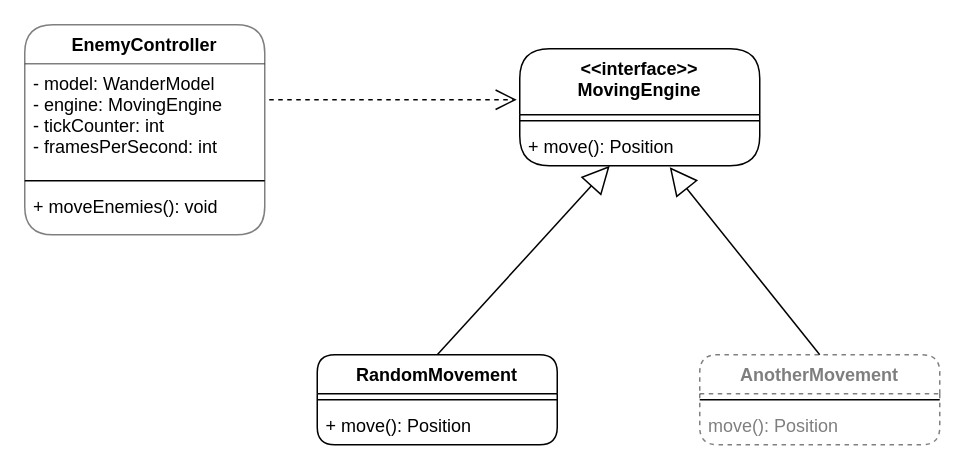
marhcouto/fallout0 keeps this draw.io diagram as docs/UMLReport/Strategy Patterns.drawio. Above is the earlier version. Source tidied: cells renumbered, new cells numbered last; positions are measured from the earlier drawing's top-left corner, leaving out a move shared by most shapes. Both pictures are drawn from the tidied source at 150%, with x=0, y=0 at pixel (24, 24).
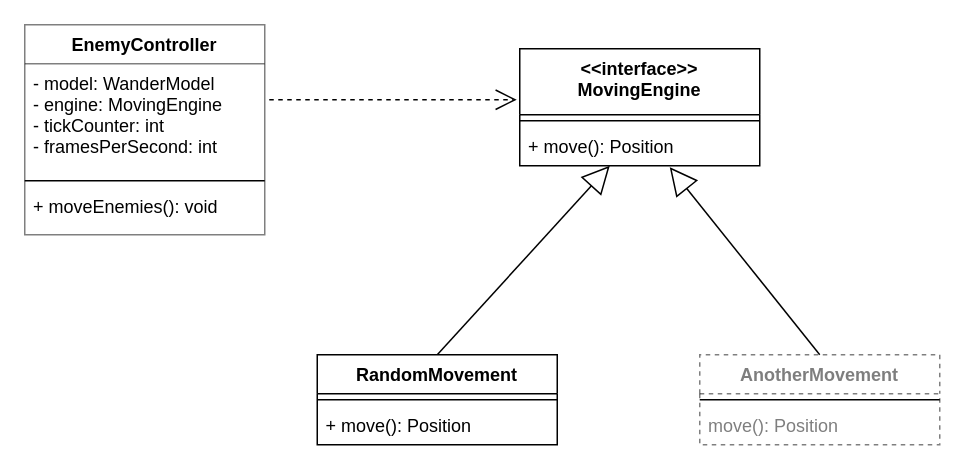
Above is the later version.

The edit, as a diff of the source:
```diff
@@
 <mxGraphModel>
   <root>
     <mxCell id="0" />
     <mxCell id="1" parent="0" />
-    <mxCell id="2" value="&lt;&lt;interface&gt;&gt;&#10;MovingEngine" style="swimlane;fontStyle=1;align=center;verticalAlign=top;horizontal=1;startSize=44;rounded=1;" parent="1" vertex="1">
+    <mxCell id="2" value="&lt;&lt;interface&gt;&gt;&#10;MovingEngine" style="swimlane;fontStyle=1;align=center;verticalAlign=top;horizontal=1;startSize=44;rounded=0;" parent="1" vertex="1">
       <mxGeometry x="330" y="16" width="160" height="78" as="geometry" />
     </mxCell>
     <mxCell id="3" style="line;strokeWidth=1;fillColor=none;align=left;verticalAlign=middle;spacingTop=-1;spacingLeft=3;spacingRight=3;labelPosition=right;" parent="2" vertex="1">
       <mxGeometry y="44" width="160" height="8" as="geometry" />
     </mxCell>
     <mxCell id="4" value="+ move(): Position" style="text;strokeColor=none;fillColor=none;align=left;verticalAlign=top;spacingLeft=4;spacingRight=4;overflow=hidden;points=[[0,0.5],[1,0.5]];portConstraint=eastwest;" parent="2" vertex="1">
       <mxGeometry y="52" width="160" height="26" as="geometry" />
     </mxCell>
     <mxCell id="5" style="endArrow=block;endSize=16;endFill=0;html=1;entryX=0.375;entryY=1;entryDx=0;entryDy=0;entryPerimeter=0;exitX=0.5;exitY=0;exitDx=0;exitDy=0;" parent="1" edge="1" source="6" target="4">
       <mxGeometry relative="1" as="geometry" />
     </mxCell>
-    <mxCell id="6" value="RandomMovement" style="swimlane;fontStyle=1;align=center;verticalAlign=top;horizontal=1;startSize=26;rounded=1;" parent="1" vertex="1">
+    <mxCell id="6" value="RandomMovement" style="swimlane;fontStyle=1;align=center;verticalAlign=top;horizontal=1;startSize=26;rounded=0;" parent="1" vertex="1">
       <mxGeometry x="195" y="220" width="160" height="60" as="geometry" />
     </mxCell>
     <mxCell id="7" style="line;strokeWidth=1;fillColor=none;align=left;verticalAlign=middle;spacingTop=-1;spacingLeft=3;spacingRight=3;labelPosition=right;" parent="6" vertex="1">
       <mxGeometry y="26" width="160" height="8" as="geometry" />
     </mxCell>
     <mxCell id="8" value="+ move(): Position" style="text;strokeColor=none;fillColor=none;align=left;verticalAlign=top;spacingLeft=4;spacingRight=4;overflow=hidden;" parent="6" vertex="1">
       <mxGeometry y="34" width="160" height="26" as="geometry" />
     </mxCell>
-    <mxCell id="9" value="AnotherMovement" style="swimlane;fontStyle=1;align=center;verticalAlign=top;horizontal=1;startSize=26;dashed=1;opacity=50;textOpacity=50;rounded=1;" parent="1" vertex="1">
+    <mxCell id="9" value="AnotherMovement" style="swimlane;fontStyle=1;align=center;verticalAlign=top;horizontal=1;startSize=26;dashed=1;opacity=50;textOpacity=50;rounded=0;" parent="1" vertex="1">
       <mxGeometry x="450" y="220" width="160" height="60" as="geometry" />
     </mxCell>
     <mxCell id="10" style="line;strokeWidth=1;fillColor=none;align=left;verticalAlign=middle;spacingTop=-1;spacingLeft=3;spacingRight=3;labelPosition=right;" parent="9" vertex="1">
       <mxGeometry y="26" width="160" height="8" as="geometry" />
     </mxCell>
     <mxCell id="11" value="move(): Position" style="text;strokeColor=none;fillColor=none;align=left;verticalAlign=top;spacingLeft=4;spacingRight=4;overflow=hidden;textOpacity=50;" parent="9" vertex="1">
       <mxGeometry y="34" width="160" height="26" as="geometry" />
     </mxCell>
     <mxCell id="12" style="endArrow=block;endSize=16;endFill=0;html=1;exitX=0.5;exitY=0;exitDx=0;exitDy=0;entryX=0.625;entryY=1.038;entryDx=0;entryDy=0;entryPerimeter=0;" parent="1" edge="1" source="9" target="4">
       <mxGeometry relative="1" as="geometry" />
     </mxCell>
-    <mxCell id="13" value="EnemyController" style="swimlane;fontStyle=1;align=center;verticalAlign=top;horizontal=1;startSize=26;strokeColor=#000000;opacity=50;rounded=1;arcSize=24;" parent="1" vertex="1">
+    <mxCell id="13" value="EnemyController" style="swimlane;fontStyle=1;align=center;verticalAlign=top;horizontal=1;startSize=26;strokeColor=#000000;opacity=50;rounded=0;arcSize=24;" parent="1" vertex="1">
       <mxGeometry width="160" height="140" as="geometry" />
     </mxCell>
     <mxCell id="14" value="- model: WanderModel&#10;- engine: MovingEngine&#10;- tickCounter: int&#10;- framesPerSecond: int" style="text;strokeColor=none;fillColor=none;align=left;verticalAlign=top;spacingLeft=4;spacingRight=4;overflow=hidden;" parent="13" vertex="1">
       <mxGeometry y="26" width="160" height="74" as="geometry" />
     </mxCell>
     <mxCell id="15" style="line;strokeWidth=1;fillColor=none;align=left;verticalAlign=middle;spacingTop=-1;spacingLeft=3;spacingRight=3;labelPosition=right;" parent="13" vertex="1">
       <mxGeometry y="100" width="160" height="8" as="geometry" />
     </mxCell>
     <mxCell id="16" value="+ moveEnemies(): void" style="text;strokeColor=none;fillColor=none;align=left;verticalAlign=top;spacingLeft=4;spacingRight=4;overflow=hidden;" parent="13" vertex="1">
       <mxGeometry y="108" width="160" height="32" as="geometry" />
     </mxCell>
     <mxCell id="17" style="endArrow=open;endSize=12;dashed=1;html=1;" parent="1" edge="1">
       <mxGeometry relative="1" as="geometry">
         <mxPoint x="163" y="50" as="sourcePoint" />
         <mxPoint x="328" y="50" as="targetPoint" />
       </mxGeometry>
     </mxCell>
   </root>
 </mxGraphModel>
```
